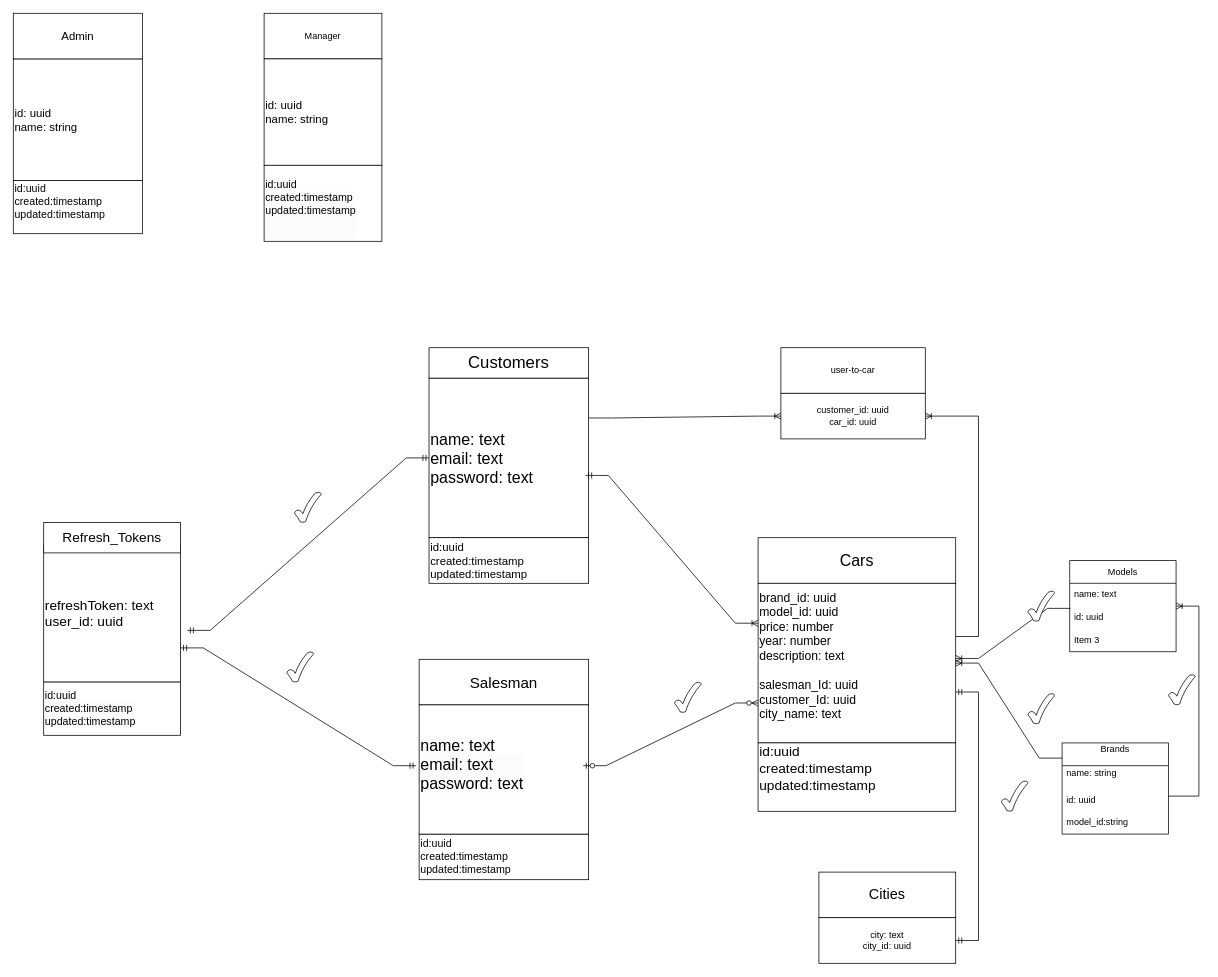
Alex1stTry/auto-ria-clone keeps this draw.io diagram as AutoRia.drawio. Above is the earlier version. Source tidied: cells renumbered, new cells numbered last; positions are measured from the earlier drawing's top-left corner, leaving out a move shared by most shapes. Both pictures are drawn from the tidied source at 76%, with x=0, y=0 at pixel (-86, 13).
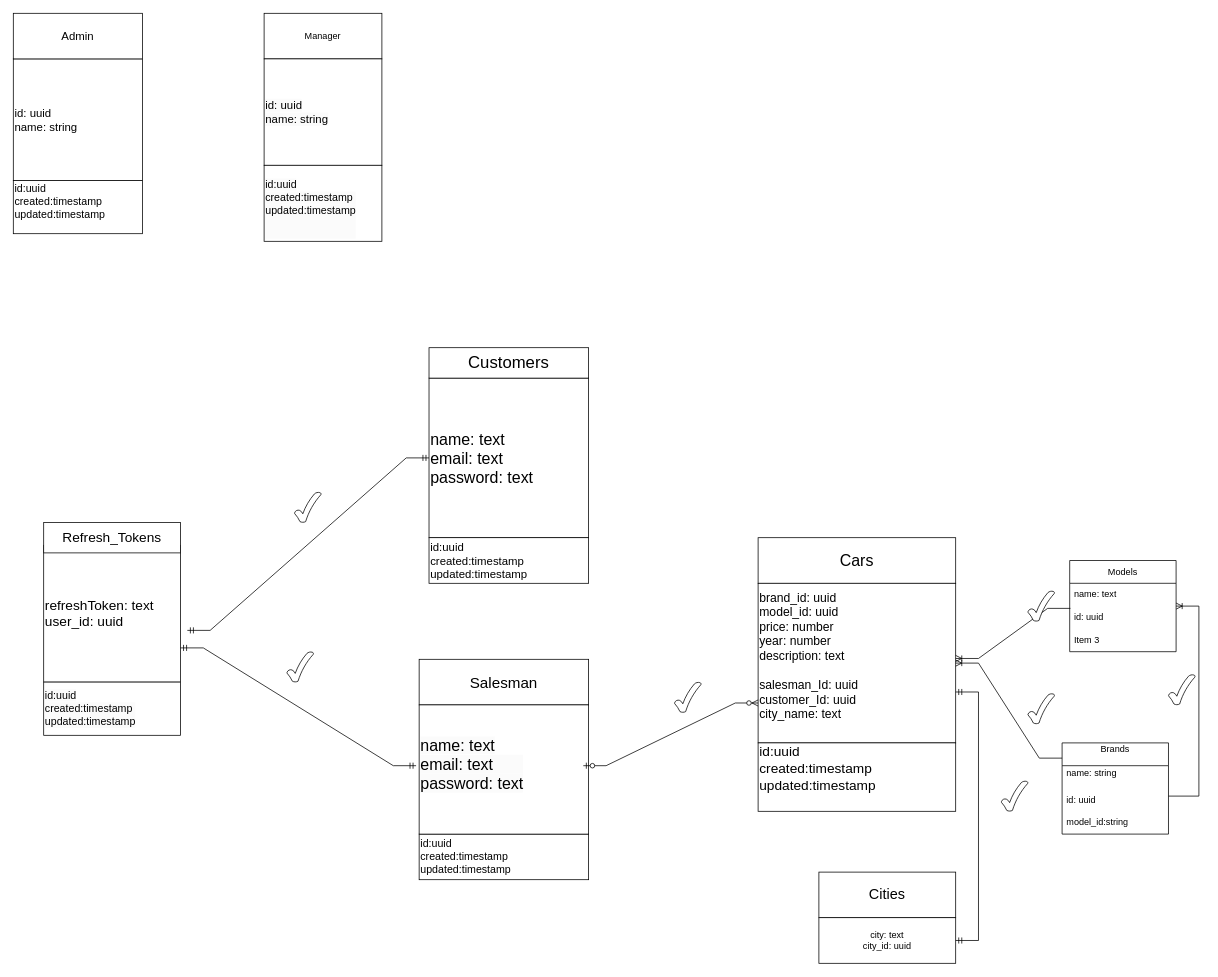
After the change.

Unchanged cells that the change refers to:
```xml
<mxCell id="2" value="&lt;font style=&quot;font-size: 21px;&quot;&gt;name: text&lt;/font&gt;&lt;div style=&quot;font-size: 21px;&quot;&gt;&lt;font style=&quot;font-size: 21px;&quot;&gt;email: text&lt;/font&gt;&lt;/div&gt;&lt;div style=&quot;font-size: 21px;&quot;&gt;&lt;font style=&quot;font-size: 21px;&quot;&gt;password: text&lt;/font&gt;&lt;/div&gt;" style="whiteSpace=wrap;html=1;align=left;" parent="1" vertex="1">
  <mxGeometry x="677" y="480" width="210" height="210" as="geometry" />
</mxCell>
<mxCell id="12" value="&lt;font style=&quot;font-size: 16px;&quot;&gt;brand_id: uuid&lt;/font&gt;&lt;div style=&quot;font-size: 16px;&quot;&gt;model_id: uuid&lt;/div&gt;&lt;div style=&quot;font-size: 16px;&quot;&gt;price: number&lt;/div&gt;&lt;div style=&quot;font-size: 16px;&quot;&gt;year: number&lt;/div&gt;&lt;div style=&quot;font-size: 16px;&quot;&gt;description: text&lt;/div&gt;&lt;div style=&quot;font-size: 16px;&quot;&gt;&lt;br&gt;&lt;/div&gt;&lt;div style=&quot;font-size: 16px;&quot;&gt;salesman_Id: uuid&lt;/div&gt;&lt;div style=&quot;font-size: 16px;&quot;&gt;customer_Id: uuid&lt;/div&gt;&lt;div style=&quot;font-size: 16px;&quot;&gt;city_name: text&lt;/div&gt;&lt;div style=&quot;font-size: 16px;&quot;&gt;&lt;br&gt;&lt;/div&gt;" style="rounded=0;whiteSpace=wrap;html=1;align=left;" parent="1" vertex="1">
  <mxGeometry x="1110" y="750" width="260" height="210" as="geometry" />
</mxCell>
```

Change to the diagram source:
```diff
@@
-    <mxCell id="19" value="user-to-car" style="whiteSpace=wrap;html=1;labelBackgroundColor=none;" parent="1" vertex="1">
-      <mxGeometry x="1140" y="440" width="190" height="60" as="geometry" />
-    </mxCell>
-    <mxCell id="20" value="customer&lt;span style=&quot;background-color: initial;&quot;&gt;_id: uuid&lt;/span&gt;&lt;div&gt;&lt;div&gt;car_id: uuid&lt;/div&gt;&lt;/div&gt;" style="whiteSpace=wrap;html=1;labelBackgroundColor=none;" parent="1" vertex="1">
-      <mxGeometry x="1140" y="500" width="190" height="60" as="geometry" />
-    </mxCell>
-    <mxCell id="21" style="edgeStyle=entityRelationEdgeStyle;fontSize=12;html=1;endArrow=ERoneToMany;rounded=0;entryX=0;entryY=0.5;entryDx=0;entryDy=0;exitX=1;exitY=0.25;exitDx=0;exitDy=0;" parent="1" edge="1" source="2" target="20">
-      <mxGeometry relative="1" as="geometry">
-        <Array as="points">
-          <mxPoint x="890" y="540" />
-        </Array>
-      </mxGeometry>
-    </mxCell>
-    <mxCell id="22" style="edgeStyle=entityRelationEdgeStyle;fontSize=12;html=1;endArrow=ERoneToMany;rounded=0;entryX=1;entryY=0.5;entryDx=0;entryDy=0;" parent="1" edge="1" target="20">
-      <mxGeometry relative="1" as="geometry">
-        <mxPoint x="1370" y="820" as="sourcePoint" />
-        <Array as="points">
-          <mxPoint x="1990" y="800" />
-          <mxPoint x="1430" y="730" />
-          <mxPoint x="1420" y="730" />
-          <mxPoint x="1430" y="650" />
-          <mxPoint x="1340" y="480" />
-          <mxPoint x="1440" y="640" />
-        </Array>
-      </mxGeometry>
-    </mxCell>
@@
-    <mxCell id="43" style="edgeStyle=entityRelationEdgeStyle;fontSize=12;html=1;endArrow=ERoneToMany;startArrow=ERmandOne;rounded=0;exitX=0.981;exitY=0.61;exitDx=0;exitDy=0;exitPerimeter=0;entryX=0;entryY=0.25;entryDx=0;entryDy=0;" parent="1" edge="1" source="2" target="12">
-      <mxGeometry relative="1" as="geometry">
-        <Array as="points">
-          <mxPoint x="620" y="550" />
-        </Array>
-      </mxGeometry>
-    </mxCell>
```
